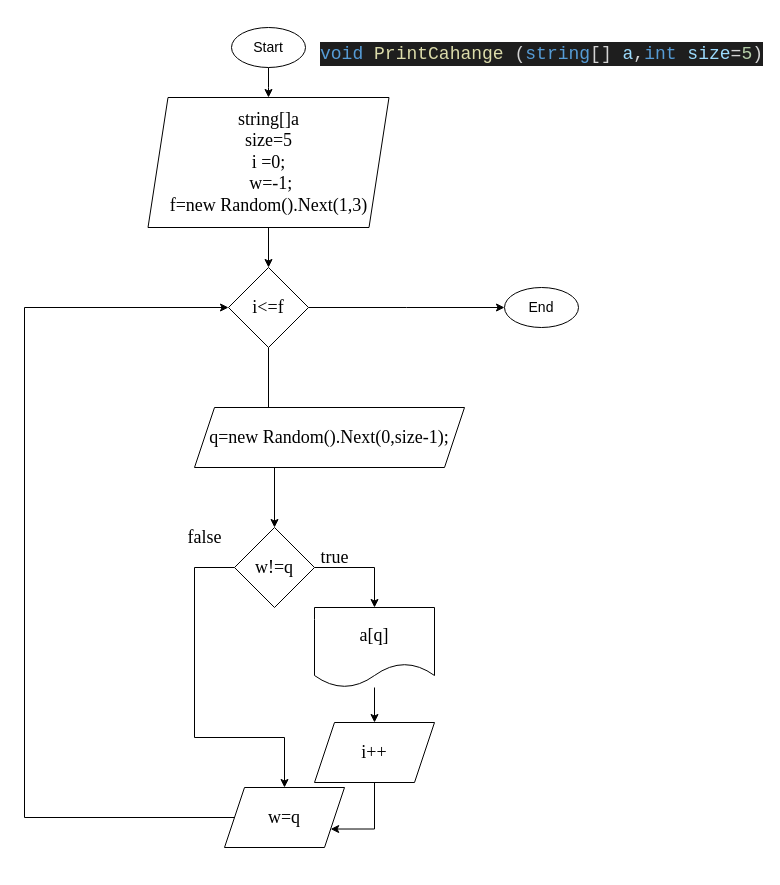
Before: Choosing_a_specialization.drawio in prosto40k/Choosing_a_specialization, a draw.io diagram. Source tidied: cells renumbered, new cells numbered last; positions are measured from the earlier drawing's top-left corner, leaving out a move shared by most shapes. Both pictures are drawn from the tidied source at 100%, with x=0, y=0 at pixel (24, 17).
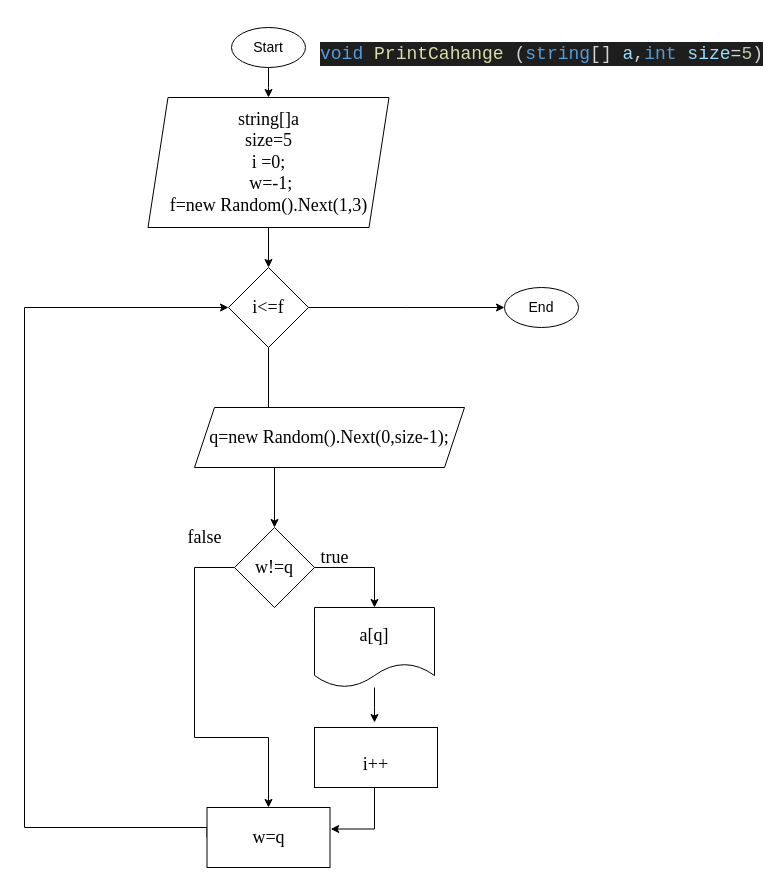
The same page after the edit.

Unchanged cells that the change refers to:
```xml
<mxCell id="8" value="i&amp;lt;=f" style="rhombus;whiteSpace=wrap;html=1;fontFamily=Times New Roman;fontSize=18;" parent="1" vertex="1">
  <mxGeometry x="204" y="250" width="80" height="80" as="geometry" />
</mxCell>
<mxCell id="11" value="w!=q" style="rhombus;whiteSpace=wrap;html=1;fontFamily=Times New Roman;fontSize=18;" parent="1" vertex="1">
  <mxGeometry x="210" y="510" width="80" height="80" as="geometry" />
</mxCell>
<mxCell id="13" value="a[q]" style="shape=document;whiteSpace=wrap;html=1;boundedLbl=1;fontFamily=Times New Roman;fontSize=18;" parent="1" vertex="1">
  <mxGeometry x="290" y="590" width="120" height="80" as="geometry" />
</mxCell>
```

Change to the diagram source:
```diff
@@
     <mxCell id="10" style="edgeStyle=orthogonalEdgeStyle;rounded=0;jettySize=auto;html=1;entryX=0.5;entryY=0;entryDx=0;entryDy=0;fontFamily=Times New Roman;fontSize=18;" parent="1" edge="1" source="11" target="17">
       <mxGeometry relative="1" as="geometry">
         <Array as="points">
           <mxPoint x="170" y="550" />
           <mxPoint x="170" y="720" />
-          <mxPoint x="260" y="720" />
+          <mxPoint x="244" y="720" />
         </Array>
       </mxGeometry>
     </mxCell>
@@
-    <mxCell id="12" style="edgeStyle=orthogonalEdgeStyle;rounded=0;jettySize=auto;html=1;fontFamily=Times New Roman;fontSize=18;" parent="1" edge="1" source="13" target="15">
-      <mxGeometry relative="1" as="geometry" />
+    <mxCell id="12" style="edgeStyle=orthogonalEdgeStyle;rounded=0;jettySize=auto;html=1;fontFamily=Times New Roman;fontSize=18;" parent="1" edge="1" source="13">
+      <mxGeometry relative="1" as="geometry">
+        <mxPoint x="350" y="705" as="targetPoint" />
+      </mxGeometry>
     </mxCell>
@@
-    <mxCell id="14" style="edgeStyle=orthogonalEdgeStyle;rounded=0;jettySize=auto;html=1;entryX=1;entryY=0.75;entryDx=0;entryDy=0;fontFamily=Times New Roman;fontSize=18;" parent="1" edge="1" source="15" target="17">
+    <mxCell id="14" style="edgeStyle=orthogonalEdgeStyle;rounded=0;orthogonalLoop=1;jettySize=auto;html=1;entryX=1;entryY=0.75;entryDx=0;entryDy=0;fontFamily=Times New Roman;fontSize=18;" parent="1" edge="1">
       <mxGeometry relative="1" as="geometry">
+        <mxPoint x="350" y="765" as="sourcePoint" />
+        <mxPoint x="306.2" y="811.5" as="targetPoint" />
         <Array as="points">
           <mxPoint x="350" y="812" />
         </Array>
       </mxGeometry>
     </mxCell>
-    <mxCell id="15" value="i++" style="shape=parallelogram;perimeter=parallelogramPerimeter;whiteSpace=wrap;html=1;fixedSize=1;fontFamily=Times New Roman;fontSize=18;" parent="1" vertex="1">
-      <mxGeometry x="290" y="705" width="120" height="60" as="geometry" />
-    </mxCell>
-    <mxCell id="16" style="edgeStyle=orthogonalEdgeStyle;rounded=0;jettySize=auto;html=1;entryX=0;entryY=0.5;entryDx=0;entryDy=0;fontFamily=Times New Roman;fontSize=18;" parent="1" edge="1" source="17" target="8">
+    <mxCell id="16" style="edgeStyle=orthogonalEdgeStyle;rounded=0;jettySize=auto;html=1;entryX=0;entryY=0.5;entryDx=0;entryDy=0;fontFamily=Times New Roman;fontSize=18;exitX=0;exitY=0.5;exitDx=0;exitDy=0;" parent="1" edge="1" source="17" target="8">
       <mxGeometry relative="1" as="geometry">
         <Array as="points">
-          <mxPoint y="800" />
+          <mxPoint x="183" y="810" />
+          <mxPoint y="810" />
           <mxPoint y="290" />
         </Array>
       </mxGeometry>
     </mxCell>
-    <mxCell id="17" value="w=q" style="shape=parallelogram;perimeter=parallelogramPerimeter;whiteSpace=wrap;html=1;fixedSize=1;fontFamily=Times New Roman;fontSize=18;" parent="1" vertex="1">
-      <mxGeometry x="200" y="770" width="120" height="60" as="geometry" />
-    </mxCell>
@@
+    <mxCell id="15" value="&lt;br style=&quot;border-color: var(--border-color);&quot;&gt;&lt;span style=&quot;border-color: var(--border-color); font-family: &amp;quot;Times New Roman&amp;quot;; font-size: 18px;&quot;&gt;i++&lt;/span&gt;" style="rounded=0;whiteSpace=wrap;html=1;" parent="1" vertex="1">
+      <mxGeometry x="290" y="710" width="123" height="60" as="geometry" />
+    </mxCell>
+    <mxCell id="17" value="&lt;span style=&quot;font-family: &amp;quot;Times New Roman&amp;quot;; font-size: 18px;&quot;&gt;w=q&lt;/span&gt;" style="rounded=0;whiteSpace=wrap;html=1;" parent="1" vertex="1">
+      <mxGeometry x="182.5" y="790" width="123" height="60" as="geometry" />
+    </mxCell>
```
